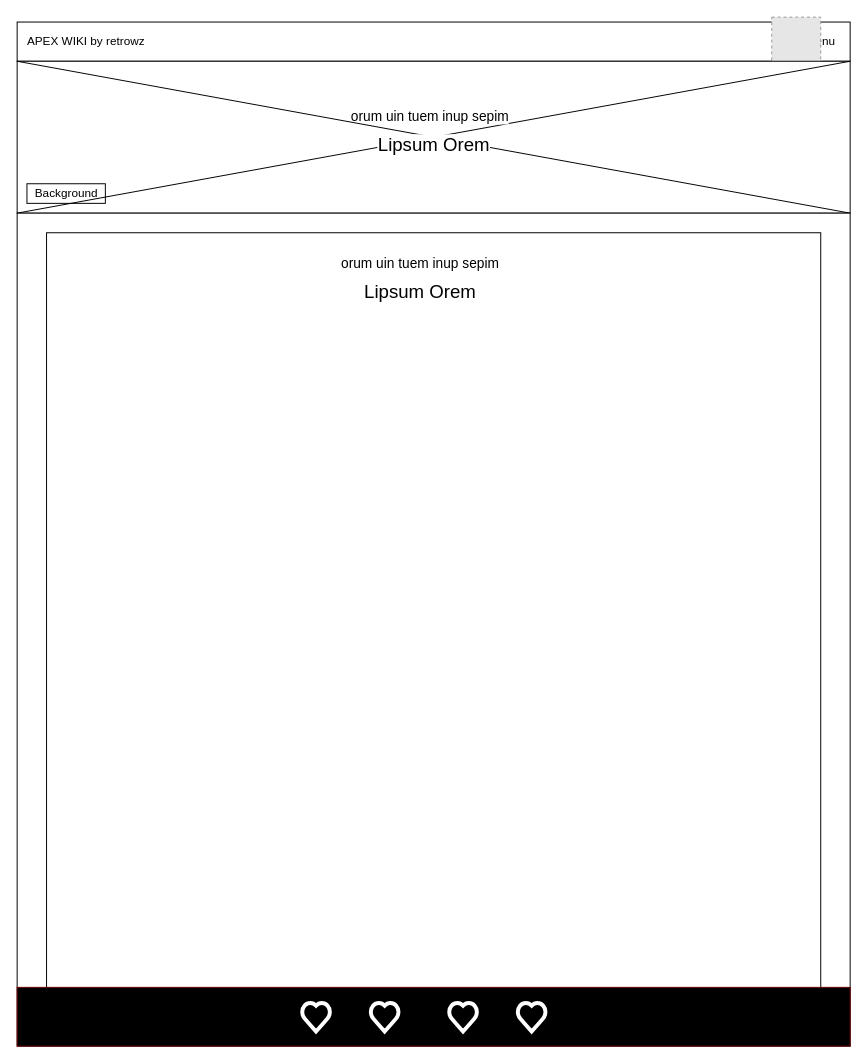
Retrowz/DIGITECH1---2022---APEX-SITE keeps this draw.io diagram as Web Design image/Second pages.drawio. Above is the earlier version. Source tidied: cells renumbered, new cells numbered last; positions are measured from the earlier drawing's top-left corner, leaving out a move shared by most shapes. Both pictures are drawn from the tidied source at 98%, with x=0, y=0 at pixel (17, 17). Pictures stored in the file or linked from it are replaced by grey dashed boxes.
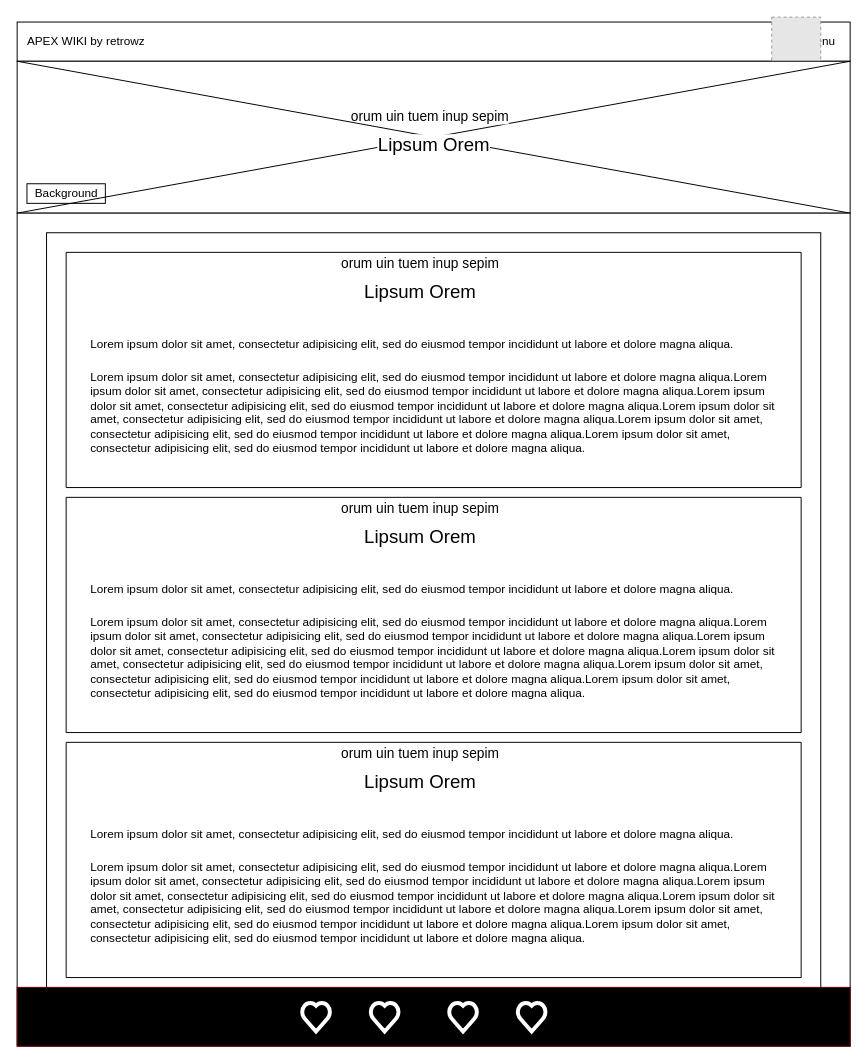
The same page after the edit.

What changed in the source:
```diff
@@
+    <mxCell id="22" value="&lt;h1&gt;&lt;span style=&quot;background-color: initial; font-size: 12px; font-weight: normal;&quot;&gt;Lorem ipsum dolor sit amet, consectetur adipisicing elit, sed do eiusmod tempor incididunt ut labore et dolore magna aliqua.&lt;/span&gt;&lt;/h1&gt;Lorem ipsum dolor sit amet, consectetur adipisicing elit, sed do eiusmod tempor incididunt ut labore et dolore magna aliqua.Lorem ipsum dolor sit amet, consectetur adipisicing elit, sed do eiusmod tempor incididunt ut labore et dolore magna aliqua.Lorem ipsum dolor sit amet, consectetur adipisicing elit, sed do eiusmod tempor incididunt ut labore et dolore magna aliqua.Lorem ipsum dolor sit amet, consectetur adipisicing elit, sed do eiusmod tempor incididunt ut labore et dolore magna aliqua.Lorem ipsum dolor sit amet, consectetur adipisicing elit, sed do eiusmod tempor incididunt ut labore et dolore magna aliqua.Lorem ipsum dolor sit amet, consectetur adipisicing elit, sed do eiusmod tempor incididunt ut labore et dolore magna aliqua." style="text;html=1;strokeColor=none;fillColor=none;spacing=5;spacingTop=-20;whiteSpace=wrap;overflow=hidden;rounded=0;" parent="1" vertex="1">
+      <mxGeometry x="70" y="310" width="710" height="190" as="geometry" />
+    </mxCell>
+    <mxCell id="23" value="orum uin tuem inup sepim" style="edgeLabel;html=1;align=center;verticalAlign=middle;fontSize=14;" parent="1" vertex="1">
+      <mxGeometry x="410" y="500" as="geometry" />
+    </mxCell>
+    <mxCell id="24" value="Lipsum Orem" style="edgeLabel;html=1;align=center;verticalAlign=middle;fontSize=19;" parent="1" vertex="1">
+      <mxGeometry x="410" y="530" as="geometry" />
+    </mxCell>
+    <mxCell id="25" value="&lt;h1&gt;&lt;span style=&quot;background-color: initial; font-size: 12px; font-weight: normal;&quot;&gt;Lorem ipsum dolor sit amet, consectetur adipisicing elit, sed do eiusmod tempor incididunt ut labore et dolore magna aliqua.&lt;/span&gt;&lt;/h1&gt;Lorem ipsum dolor sit amet, consectetur adipisicing elit, sed do eiusmod tempor incididunt ut labore et dolore magna aliqua.Lorem ipsum dolor sit amet, consectetur adipisicing elit, sed do eiusmod tempor incididunt ut labore et dolore magna aliqua.Lorem ipsum dolor sit amet, consectetur adipisicing elit, sed do eiusmod tempor incididunt ut labore et dolore magna aliqua.Lorem ipsum dolor sit amet, consectetur adipisicing elit, sed do eiusmod tempor incididunt ut labore et dolore magna aliqua.Lorem ipsum dolor sit amet, consectetur adipisicing elit, sed do eiusmod tempor incididunt ut labore et dolore magna aliqua.Lorem ipsum dolor sit amet, consectetur adipisicing elit, sed do eiusmod tempor incididunt ut labore et dolore magna aliqua." style="text;html=1;strokeColor=none;fillColor=none;spacing=5;spacingTop=-20;whiteSpace=wrap;overflow=hidden;rounded=0;" parent="1" vertex="1">
+      <mxGeometry x="70" y="560" width="710" height="190" as="geometry" />
+    </mxCell>
+    <mxCell id="26" style="swimlane;startSize=0;" parent="1" vertex="1">
+      <mxGeometry x="50" y="490" width="750" height="240" as="geometry" />
+    </mxCell>
+    <mxCell id="27" style="swimlane;startSize=0;" parent="1" vertex="1">
+      <mxGeometry x="50" y="240" width="750" height="240" as="geometry" />
+    </mxCell>
+    <mxCell id="28" value="orum uin tuem inup sepim" style="edgeLabel;html=1;align=center;verticalAlign=middle;fontSize=14;" parent="1" vertex="1">
+      <mxGeometry x="410" y="750" as="geometry" />
+    </mxCell>
+    <mxCell id="29" value="Lipsum Orem" style="edgeLabel;html=1;align=center;verticalAlign=middle;fontSize=19;" parent="1" vertex="1">
+      <mxGeometry x="410" y="780" as="geometry" />
+    </mxCell>
+    <mxCell id="30" value="&lt;h1&gt;&lt;span style=&quot;background-color: initial; font-size: 12px; font-weight: normal;&quot;&gt;Lorem ipsum dolor sit amet, consectetur adipisicing elit, sed do eiusmod tempor incididunt ut labore et dolore magna aliqua.&lt;/span&gt;&lt;/h1&gt;Lorem ipsum dolor sit amet, consectetur adipisicing elit, sed do eiusmod tempor incididunt ut labore et dolore magna aliqua.Lorem ipsum dolor sit amet, consectetur adipisicing elit, sed do eiusmod tempor incididunt ut labore et dolore magna aliqua.Lorem ipsum dolor sit amet, consectetur adipisicing elit, sed do eiusmod tempor incididunt ut labore et dolore magna aliqua.Lorem ipsum dolor sit amet, consectetur adipisicing elit, sed do eiusmod tempor incididunt ut labore et dolore magna aliqua.Lorem ipsum dolor sit amet, consectetur adipisicing elit, sed do eiusmod tempor incididunt ut labore et dolore magna aliqua.Lorem ipsum dolor sit amet, consectetur adipisicing elit, sed do eiusmod tempor incididunt ut labore et dolore magna aliqua." style="text;html=1;strokeColor=none;fillColor=none;spacing=5;spacingTop=-20;whiteSpace=wrap;overflow=hidden;rounded=0;" parent="1" vertex="1">
+      <mxGeometry x="70" y="810" width="710" height="190" as="geometry" />
+    </mxCell>
+    <mxCell id="31" style="swimlane;startSize=0;" parent="1" vertex="1">
+      <mxGeometry x="50" y="740" width="750" height="240" as="geometry" />
+    </mxCell>
```
